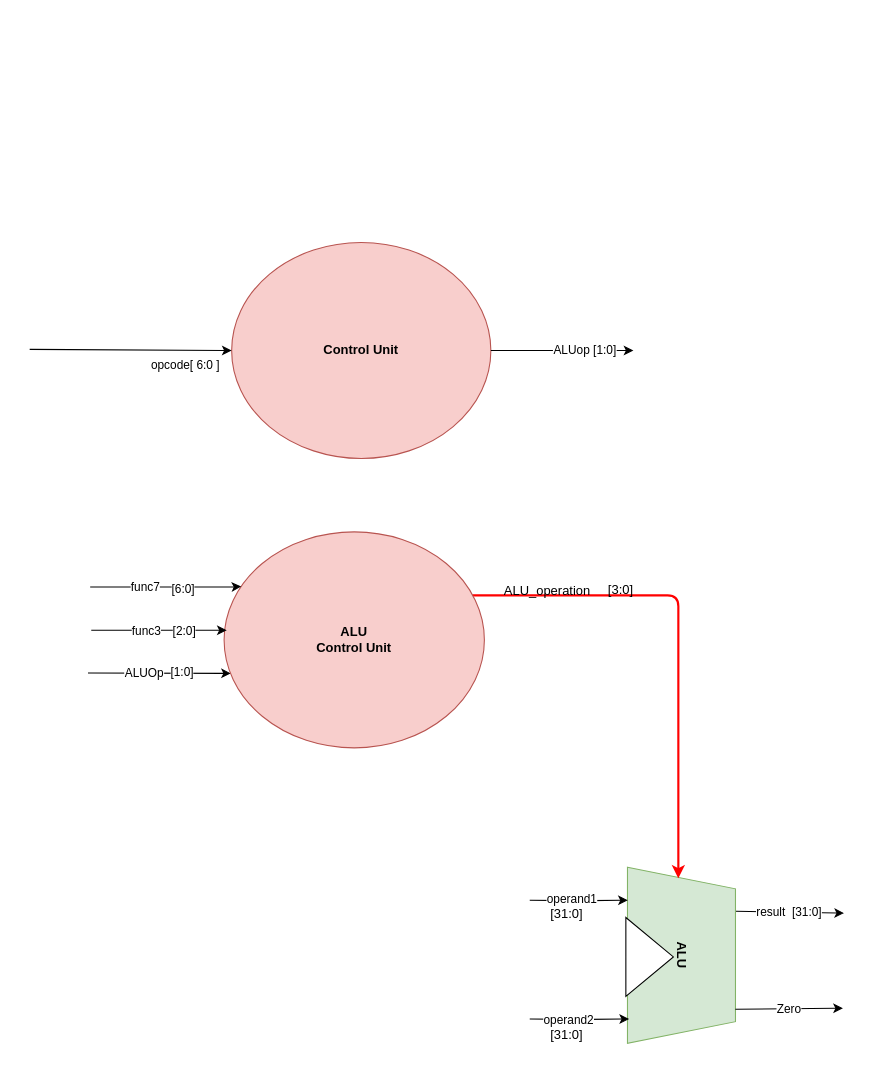
This is docs/architecture.drawio from talhaticx/CA-LAB, a draw.io file, before an edit. Source tidied: cells renumbered, new cells numbered last; positions are measured from the earlier drawing's top-left corner, leaving out a move shared by most shapes. Both pictures are drawn from the tidied source at 108%, with x=0, y=0 at pixel (29, 242).
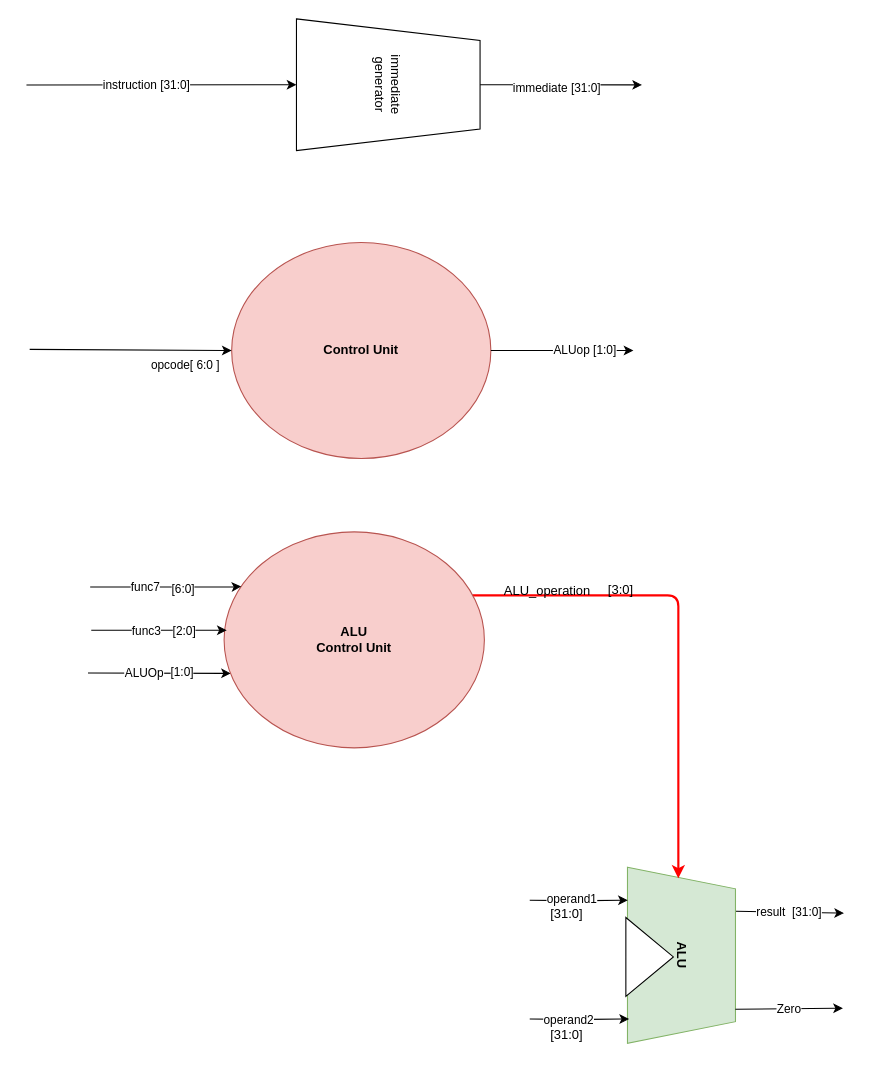
The same page after the edit.

Change to the diagram source:
```diff
@@
+    <mxCell id="30" style="edgeStyle=none;html=1;exitX=0.5;exitY=1;exitDx=0;exitDy=0;entryX=0.5;entryY=1;entryDx=0;entryDy=0;" parent="1" edge="1" target="34">
+      <mxGeometry relative="1" as="geometry">
+        <mxPoint x="-3" y="-145.8" as="sourcePoint" />
+      </mxGeometry>
+    </mxCell>
+    <mxCell id="31" value="instruction [31:0]" style="edgeLabel;html=1;align=center;verticalAlign=middle;" parent="30" vertex="1">
+      <mxGeometry x="-0.11" y="1" relative="1" as="geometry" />
+    </mxCell>
+    <mxCell id="32" style="edgeStyle=none;html=1;exitX=0.5;exitY=0;exitDx=0;exitDy=0;" parent="1" edge="1" source="34">
+      <mxGeometry relative="1" as="geometry">
+        <mxPoint x="567" y="-145.9" as="targetPoint" />
+      </mxGeometry>
+    </mxCell>
+    <mxCell id="33" value="immediate [31:0]" style="edgeLabel;html=1;align=center;verticalAlign=middle;" parent="32" vertex="1">
+      <mxGeometry x="-0.05" y="-2" relative="1" as="geometry" />
+    </mxCell>
+    <mxCell id="34" value="immediate&lt;div&gt;generator&lt;/div&gt;" style="shape=trapezoid;perimeter=trapezoidPerimeter;whiteSpace=wrap;html=1;fixedSize=1;rotation=90;" parent="1" vertex="1">
+      <mxGeometry x="271" y="-231" width="122" height="170" as="geometry" />
+    </mxCell>
```
